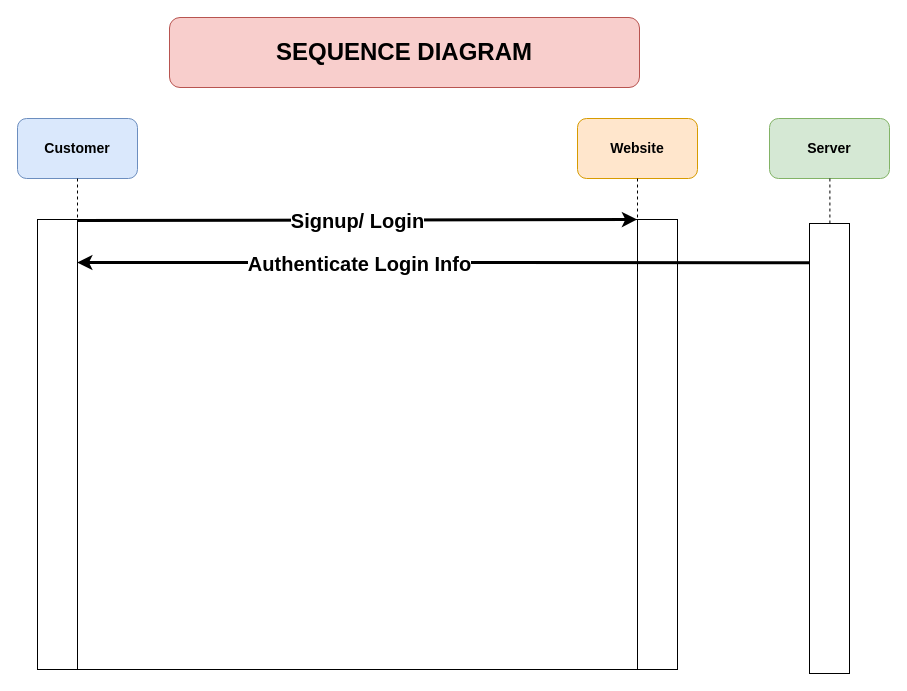
Earlier version of the draw.io diagram mine.drawio (theZenna/theZenna). Source tidied: cells renumbered, new cells numbered last; positions are measured from the earlier drawing's top-left corner, leaving out a move shared by most shapes. Both pictures are drawn from the tidied source at 100%, with x=0, y=0 at pixel (17, 17).
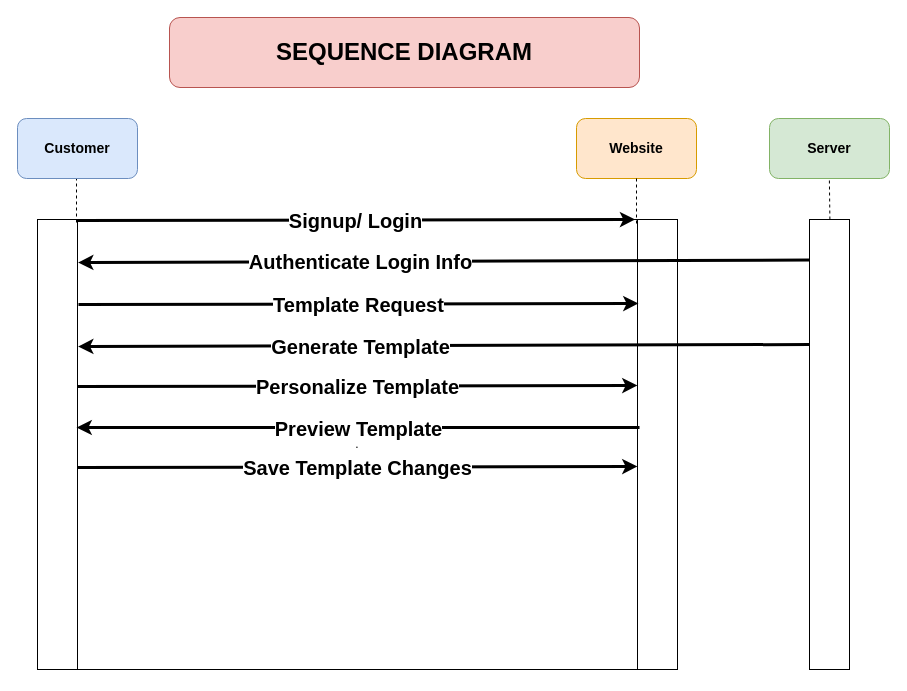
After the change.

The change refers to these unchanged cells:
```xml
<mxCell id="9" value="&lt;font style=&quot;font-size: 14px;&quot;&gt;&lt;b&gt;Server&lt;/b&gt;&lt;/font&gt;" style="rounded=1;whiteSpace=wrap;html=1;fillColor=#d5e8d4;strokeColor=#82b366;" parent="1" vertex="1">
  <mxGeometry x="752" y="101" width="120" height="60" as="geometry" />
</mxCell>
```

What changed in the source:
```diff
@@
-    <mxCell id="3" style="shape=process;whiteSpace=wrap;html=1;backgroundOutline=1;size=0.06250000000000036;" parent="1" vertex="1">
+    <mxCell id="3" value="." style="shape=process;whiteSpace=wrap;html=1;backgroundOutline=1;size=0.06250000000000036;" parent="1" vertex="1">
       <mxGeometry x="20" y="202" width="640" height="450" as="geometry" />
     </mxCell>
     <mxCell id="4" style="rounded=0;whiteSpace=wrap;html=1;" parent="1" vertex="1">
-      <mxGeometry x="792" y="206" width="40" height="450" as="geometry" />
+      <mxGeometry x="792" y="202" width="40" height="450" as="geometry" />
     </mxCell>
-    <mxCell id="5" value="&lt;font style=&quot;font-size: 14px;&quot;&gt;&lt;b&gt;Customer&lt;/b&gt;&lt;/font&gt;" style="rounded=1;whiteSpace=wrap;html=1;fillColor=#dae8fc;strokeColor=#6c8ebf;" parent="1" vertex="1">
-      <mxGeometry y="101" width="120" height="60" as="geometry" />
-    </mxCell>
     <mxCell id="6" style="endArrow=none;dashed=1;html=1;rounded=0;" parent="1" edge="1">
       <mxGeometry relative="1" as="geometry">
-        <mxPoint x="60" y="206" as="sourcePoint" />
-        <mxPoint x="60" y="160" as="targetPoint" />
+        <mxPoint x="59" y="205" as="sourcePoint" />
+        <mxPoint x="59" y="159" as="targetPoint" />
       </mxGeometry>
     </mxCell>
     <mxCell id="7" value="&lt;font style=&quot;font-size: 14px;&quot;&gt;&lt;b&gt;Website&lt;/b&gt;&lt;/font&gt;" style="rounded=1;whiteSpace=wrap;html=1;fillColor=#ffe6cc;strokeColor=#d79b00;" parent="1" vertex="1">
-      <mxGeometry x="560" y="101" width="120" height="60" as="geometry" />
+      <mxGeometry x="559" y="101" width="120" height="60" as="geometry" />
     </mxCell>
     <mxCell id="8" style="endArrow=none;dashed=1;html=1;rounded=0;" parent="1" edge="1">
       <mxGeometry relative="1" as="geometry">
-        <mxPoint x="620" y="206" as="sourcePoint" />
-        <mxPoint x="620" y="160" as="targetPoint" />
+        <mxPoint x="619" y="206" as="sourcePoint" />
+        <mxPoint x="619" y="160" as="targetPoint" />
       </mxGeometry>
     </mxCell>
@@
-    <mxCell id="10" style="endArrow=none;dashed=1;html=1;rounded=0;" parent="1" edge="1">
+    <mxCell id="10" style="endArrow=none;dashed=1;html=1;rounded=0;entryX=0.499;entryY=1.017;entryDx=0;entryDy=0;entryPerimeter=0;" parent="1" edge="1" target="9">
       <mxGeometry relative="1" as="geometry">
-        <mxPoint x="812.4" y="206" as="sourcePoint" />
-        <mxPoint x="812.4" y="160" as="targetPoint" />
+        <mxPoint x="812.4" y="202" as="sourcePoint" />
       </mxGeometry>
     </mxCell>
-    <mxCell id="11" style="endArrow=classic;html=1;rounded=0;strokeWidth=3;entryX=0.937;entryY=0;entryDx=0;entryDy=0;entryPerimeter=0;" parent="1" edge="1" target="3">
+    <mxCell id="11" style="endArrow=classic;html=1;rounded=0;strokeWidth=3;entryX=0.937;entryY=0;entryDx=0;entryDy=0;entryPerimeter=0;" parent="1" edge="1">
       <mxGeometry relative="1" as="geometry">
-        <mxPoint x="60" y="203" as="sourcePoint" />
+        <mxPoint x="59" y="203" as="sourcePoint" />
+        <mxPoint x="617.7" y="202" as="targetPoint" />
       </mxGeometry>
     </mxCell>
@@
-    <mxCell id="13" style="endArrow=classic;html=1;rounded=0;strokeWidth=3;exitX=-0.003;exitY=0.087;exitDx=0;exitDy=0;exitPerimeter=0;" parent="1" edge="1" source="4">
+    <mxCell id="13" style="endArrow=classic;html=1;rounded=0;strokeWidth=3;exitX=0.009;exitY=0.09;exitDx=0;exitDy=0;exitPerimeter=0;" parent="1" edge="1" source="4">
       <mxGeometry relative="1" as="geometry">
-        <mxPoint x="59.6" y="245" as="targetPoint" />
+        <mxPoint x="60.6" y="245" as="targetPoint" />
       </mxGeometry>
     </mxCell>
@@
+    <mxCell id="15" style="endArrow=classic;html=1;rounded=0;strokeWidth=3;entryX=0.937;entryY=0;entryDx=0;entryDy=0;entryPerimeter=0;" parent="1" edge="1">
+      <mxGeometry relative="1" as="geometry">
+        <mxPoint x="61" y="287" as="sourcePoint" />
+        <mxPoint x="621" y="286" as="targetPoint" />
+      </mxGeometry>
+    </mxCell>
+    <mxCell id="16" value="&lt;font&gt;&lt;b&gt;Template Request&lt;/b&gt;&lt;/font&gt;" style="edgeLabel;html=1;align=center;verticalAlign=middle;fontSize=20;" parent="15" vertex="1">
+      <mxGeometry relative="1" as="geometry" />
+    </mxCell>
+    <mxCell id="17" style="endArrow=classic;html=1;rounded=0;strokeWidth=3;exitX=0.009;exitY=0.09;exitDx=0;exitDy=0;exitPerimeter=0;" parent="1" edge="1">
+      <mxGeometry relative="1" as="geometry">
+        <mxPoint x="792" y="327" as="sourcePoint" />
+        <mxPoint x="60.6" y="329" as="targetPoint" />
+      </mxGeometry>
+    </mxCell>
+    <mxCell id="18" value="&lt;font&gt;&lt;b&gt;Generate Template&lt;/b&gt;&lt;/font&gt;" style="edgeLabel;html=1;align=center;verticalAlign=middle;fontSize=20;" parent="17" vertex="1">
+      <mxGeometry relative="1" as="geometry">
+        <mxPoint x="-84" as="offset" />
+      </mxGeometry>
+    </mxCell>
+    <mxCell id="19" style="endArrow=classic;html=1;rounded=0;strokeWidth=3;entryX=0.937;entryY=0;entryDx=0;entryDy=0;entryPerimeter=0;" parent="1" edge="1">
+      <mxGeometry relative="1" as="geometry">
+        <mxPoint x="60" y="369" as="sourcePoint" />
+        <mxPoint x="620" y="368" as="targetPoint" />
+      </mxGeometry>
+    </mxCell>
+    <mxCell id="20" value="&lt;font&gt;&lt;b&gt;Personalize Template&lt;/b&gt;&lt;/font&gt;" style="edgeLabel;html=1;align=center;verticalAlign=middle;fontSize=20;" parent="19" vertex="1">
+      <mxGeometry relative="1" as="geometry" />
+    </mxCell>
+    <mxCell id="21" style="endArrow=classic;html=1;rounded=0;strokeWidth=3;" parent="1" edge="1">
+      <mxGeometry relative="1" as="geometry">
+        <mxPoint x="622" y="410" as="sourcePoint" />
+        <mxPoint x="59" y="410" as="targetPoint" />
+      </mxGeometry>
+    </mxCell>
+    <mxCell id="22" value="&lt;font&gt;&lt;b&gt;Preview Template&lt;/b&gt;&lt;/font&gt;" style="edgeLabel;html=1;align=center;verticalAlign=middle;fontSize=20;" parent="21" vertex="1">
+      <mxGeometry relative="1" as="geometry" />
+    </mxCell>
+    <mxCell id="5" value="&lt;font style=&quot;font-size: 14px;&quot;&gt;&lt;b&gt;Customer&lt;/b&gt;&lt;/font&gt;" style="rounded=1;whiteSpace=wrap;html=1;fillColor=#dae8fc;strokeColor=#6c8ebf;" parent="1" vertex="1">
+      <mxGeometry y="101" width="120" height="60" as="geometry" />
+    </mxCell>
+    <mxCell id="23" style="endArrow=classic;html=1;rounded=0;strokeWidth=3;entryX=0.937;entryY=0;entryDx=0;entryDy=0;entryPerimeter=0;" parent="1" edge="1">
+      <mxGeometry relative="1" as="geometry">
+        <mxPoint x="60" y="450" as="sourcePoint" />
+        <mxPoint x="620" y="449" as="targetPoint" />
+      </mxGeometry>
+    </mxCell>
+    <mxCell id="24" value="&lt;font&gt;&lt;b&gt;Save Template Changes&lt;/b&gt;&lt;/font&gt;" style="edgeLabel;html=1;align=center;verticalAlign=middle;fontSize=20;" parent="23" vertex="1">
+      <mxGeometry relative="1" as="geometry" />
+    </mxCell>
```
